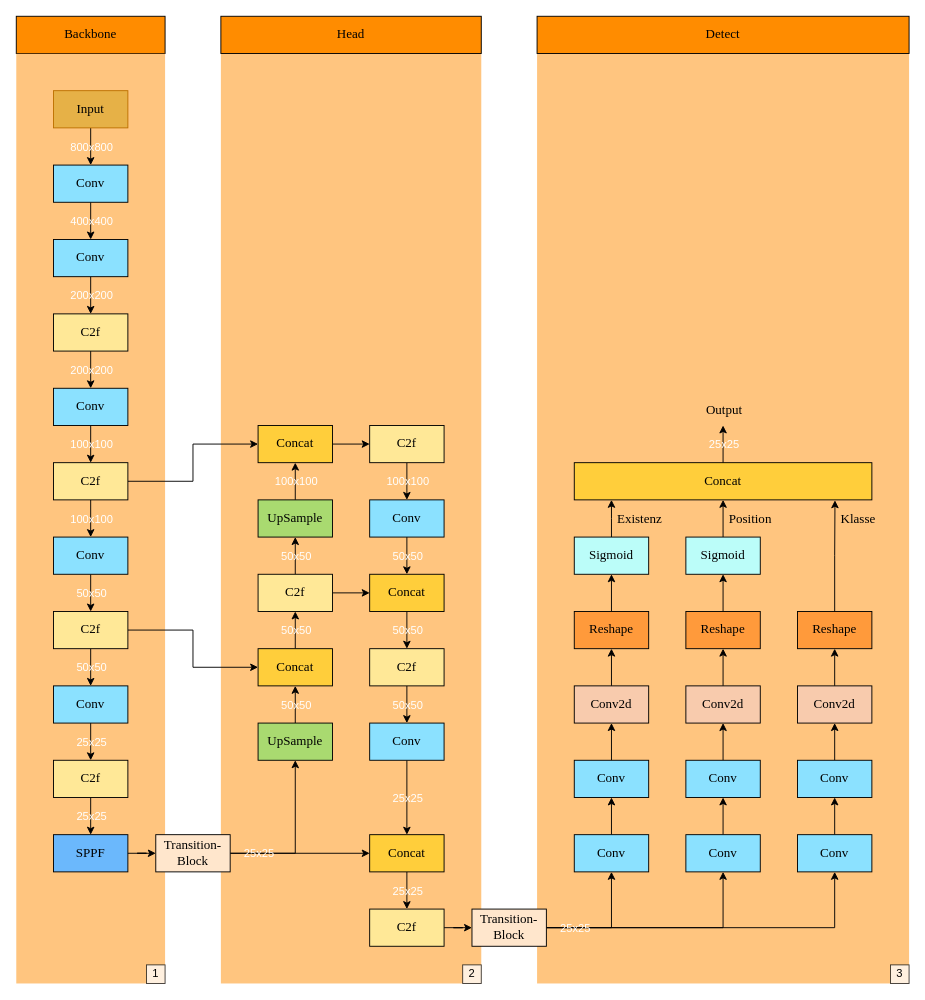
Earlier version of the draw.io diagram writing/work/imgs/ai/yolov8.drawio (JuuuF/masterarbeit). Source tidied: cells renumbered, new cells numbered last; positions are measured from the earlier drawing's top-left corner, leaving out a move shared by most shapes. Both pictures are drawn from the tidied source at 93%, with x=0, y=0 at pixel (16, 16).
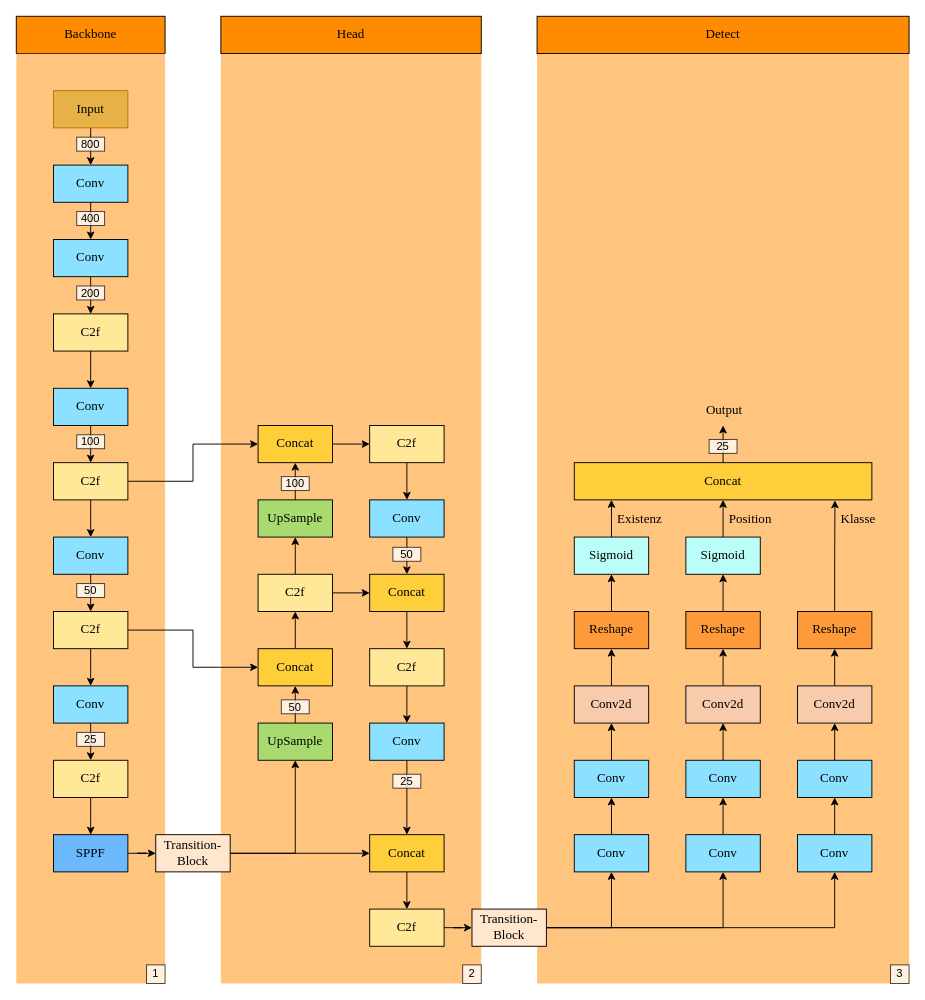
The same page after the edit.

The change refers to these unchanged cells:
```xml
<mxCell id="6" style="edgeStyle=orthogonalEdgeStyle;rounded=0;jettySize=auto;html=1;fontColor=#000000;fontFamily=Garamond;fontSize=14;" parent="1" edge="1" source="8" target="13">
  <mxGeometry relative="1" as="geometry" />
</mxCell>
<mxCell id="11" style="edgeStyle=orthogonalEdgeStyle;rounded=0;jettySize=auto;html=1;fontColor=#000000;fontFamily=Garamond;fontSize=14;" parent="1" edge="1" source="13" target="16">
  <mxGeometry relative="1" as="geometry" />
</mxCell>
<mxCell id="14" style="edgeStyle=orthogonalEdgeStyle;rounded=0;jettySize=auto;html=1;fontColor=#000000;fontFamily=Garamond;fontSize=14;" parent="1" edge="1" source="16" target="19">
  <mxGeometry relative="1" as="geometry" />
</mxCell>
<mxCell id="17" style="edgeStyle=orthogonalEdgeStyle;rounded=0;jettySize=auto;html=1;fontColor=#000000;fontFamily=Garamond;fontSize=14;" parent="1" edge="1" source="19" target="22">
  <mxGeometry relative="1" as="geometry" />
</mxCell>
<mxCell id="20" style="edgeStyle=orthogonalEdgeStyle;rounded=0;jettySize=auto;html=1;fontColor=#000000;fontFamily=Garamond;fontSize=14;" parent="1" edge="1" source="22" target="26">
  <mxGeometry relative="1" as="geometry" />
</mxCell>
<mxCell id="23" style="edgeStyle=orthogonalEdgeStyle;rounded=0;jettySize=auto;html=1;exitX=0.5;exitY=1;exitDx=0;exitDy=0;fontColor=#000000;fontFamily=Garamond;fontSize=14;" parent="1" edge="1" source="26" target="29">
  <mxGeometry relative="1" as="geometry" />
</mxCell>
<mxCell id="27" style="edgeStyle=orthogonalEdgeStyle;rounded=0;jettySize=auto;html=1;fontColor=#000000;fontFamily=Garamond;fontSize=14;" parent="1" edge="1" source="29" target="33">
  <mxGeometry relative="1" as="geometry" />
</mxCell>
<mxCell id="30" style="edgeStyle=orthogonalEdgeStyle;rounded=0;jettySize=auto;html=1;exitX=0.5;exitY=1;exitDx=0;exitDy=0;fontColor=#000000;fontFamily=Garamond;fontSize=14;" parent="1" edge="1" source="33" target="36">
  <mxGeometry relative="1" as="geometry" />
</mxCell>
<mxCell id="34" style="edgeStyle=orthogonalEdgeStyle;rounded=0;jettySize=auto;html=1;fontColor=#000000;fontFamily=Garamond;fontSize=14;" parent="1" edge="1" source="36" target="39">
  <mxGeometry relative="1" as="geometry" />
</mxCell>
<mxCell id="37" style="edgeStyle=orthogonalEdgeStyle;rounded=0;jettySize=auto;html=1;fontColor=#000000;fontFamily=Garamond;fontSize=14;" parent="1" edge="1" source="39" target="40">
  <mxGeometry relative="1" as="geometry" />
</mxCell>
<mxCell id="41" style="edgeStyle=orthogonalEdgeStyle;rounded=0;jettySize=auto;html=1;fontColor=#000000;fontFamily=Garamond;fontSize=14;" parent="1" edge="1" source="43" target="45">
  <mxGeometry relative="1" as="geometry" />
</mxCell>
<mxCell id="46" style="edgeStyle=orthogonalEdgeStyle;rounded=0;jettySize=auto;html=1;fontColor=#000000;fontFamily=Garamond;fontSize=14;" parent="1" edge="1" source="48" target="67">
  <mxGeometry relative="1" as="geometry" />
</mxCell>
<mxCell id="49" style="edgeStyle=orthogonalEdgeStyle;rounded=0;jettySize=auto;html=1;fontColor=#000000;fontFamily=Garamond;fontSize=14;" parent="1" edge="1" source="51" target="54">
  <mxGeometry relative="1" as="geometry" />
</mxCell>
<mxCell id="52" style="edgeStyle=orthogonalEdgeStyle;rounded=0;jettySize=auto;html=1;fontColor=#000000;fontFamily=Garamond;fontSize=14;" parent="1" edge="1" source="54" target="58">
  <mxGeometry relative="1" as="geometry" />
</mxCell>
<mxCell id="55" style="edgeStyle=orthogonalEdgeStyle;rounded=0;jettySize=auto;html=1;fontColor=#000000;fontFamily=Garamond;fontSize=14;" parent="1" edge="1" source="58" target="43">
  <mxGeometry relative="1" as="geometry" />
</mxCell>
<mxCell id="59" style="edgeStyle=orthogonalEdgeStyle;rounded=0;jettySize=auto;html=1;fontColor=#000000;fontFamily=Garamond;fontSize=14;" parent="1" edge="1" source="61" target="64">
  <mxGeometry relative="1" as="geometry" />
</mxCell>
<mxCell id="62" style="edgeStyle=orthogonalEdgeStyle;rounded=0;jettySize=auto;html=1;fontColor=#000000;fontFamily=Garamond;fontSize=14;" parent="1" edge="1" source="64" target="75">
  <mxGeometry relative="1" as="geometry" />
</mxCell>
<mxCell id="65" style="edgeStyle=orthogonalEdgeStyle;rounded=0;jettySize=auto;html=1;fontColor=#000000;fontFamily=Garamond;fontSize=14;" parent="1" edge="1" source="67" target="61">
  <mxGeometry relative="1" as="geometry" />
</mxCell>
<mxCell id="68" style="edgeStyle=orthogonalEdgeStyle;rounded=0;jettySize=auto;html=1;fontColor=#000000;fontFamily=Garamond;fontSize=14;" parent="1" edge="1" source="70" target="72">
  <mxGeometry relative="1" as="geometry" />
</mxCell>
<mxCell id="73" style="edgeStyle=orthogonalEdgeStyle;rounded=0;jettySize=auto;html=1;fontColor=#000000;fontFamily=Garamond;fontSize=14;" parent="1" edge="1" source="75" target="70">
  <mxGeometry relative="1" as="geometry" />
</mxCell>
<mxCell id="88" style="edgeStyle=orthogonalEdgeStyle;rounded=0;jettySize=auto;html=1;fontFamily=Garamond;fontSize=14;" parent="1" edge="1" source="82">
  <mxGeometry relative="1" as="geometry">
    <mxPoint x="760" y="440" as="targetPoint" />
  </mxGeometry>
</mxCell>
<mxCell id="116" style="edgeStyle=orthogonalEdgeStyle;rounded=0;jettySize=auto;html=1;" parent="1" edge="1" source="118" target="103">
  <mxGeometry relative="1" as="geometry" />
</mxCell>
<mxCell id="121" style="edgeStyle=orthogonalEdgeStyle;rounded=0;jettySize=auto;html=1;" parent="1" edge="1" source="123" target="51">
  <mxGeometry relative="1" as="geometry" />
</mxCell>
```

What changed in the source:
```diff
@@
-    <mxCell id="7" value="800x800" style="edgeLabel;html=1;align=center;verticalAlign=middle;fontColor=#FFFFFF;labelBackgroundColor=none;fontStyle=0;fontSize=12;" parent="6" vertex="1">
-      <mxGeometry x="-0.12" relative="1" as="geometry">
-        <mxPoint y="2" as="offset" />
-      </mxGeometry>
-    </mxCell>
@@
-    <mxCell id="12" value="400x400" style="edgeLabel;html=1;align=center;verticalAlign=middle;fontSize=12;fontColor=#FFFFFF;labelBackgroundColor=none;" parent="11" vertex="1">
-      <mxGeometry x="-0.06" y="-2" relative="1" as="geometry">
-        <mxPoint x="2" y="1" as="offset" />
-      </mxGeometry>
-    </mxCell>
@@
-    <mxCell id="15" value="200x200" style="edgeLabel;html=1;align=center;verticalAlign=middle;fontSize=12;fontColor=#FFFFFF;labelBackgroundColor=none;" parent="14" vertex="1">
-      <mxGeometry x="0.16" y="2" relative="1" as="geometry">
-        <mxPoint x="-2" y="-3" as="offset" />
-      </mxGeometry>
-    </mxCell>
@@
-    <mxCell id="18" value="200x200" style="edgeLabel;html=1;align=center;verticalAlign=middle;fontSize=12;fontColor=#FFFFFF;labelBackgroundColor=none;" parent="17" vertex="1">
-      <mxGeometry x="0.08" y="2" relative="1" as="geometry">
-        <mxPoint x="-2" y="-2" as="offset" />
-      </mxGeometry>
-    </mxCell>
@@
-    <mxCell id="21" value="100x100" style="edgeLabel;html=1;align=center;verticalAlign=middle;fontSize=12;fontColor=#FFFFFF;labelBackgroundColor=none;" parent="20" vertex="1">
-      <mxGeometry x="0.05" relative="1" as="geometry">
-        <mxPoint y="-1" as="offset" />
-      </mxGeometry>
-    </mxCell>
@@
-    <mxCell id="24" value="100x100" style="edgeLabel;html=1;align=center;verticalAlign=middle;fontSize=12;fontColor=#FFFFFF;labelBackgroundColor=none;" parent="23" vertex="1">
-      <mxGeometry x="-0.21" y="-2" relative="1" as="geometry">
-        <mxPoint x="2" y="4" as="offset" />
-      </mxGeometry>
-    </mxCell>
@@
-    <mxCell id="28" value="50x50" style="edgeLabel;html=1;align=center;verticalAlign=middle;fontSize=12;fontColor=#FFFFFF;labelBackgroundColor=none;" parent="27" vertex="1">
-      <mxGeometry x="-0.24" relative="1" as="geometry">
-        <mxPoint y="5" as="offset" />
-      </mxGeometry>
-    </mxCell>
@@
-    <mxCell id="31" value="50x50" style="edgeLabel;html=1;align=center;verticalAlign=middle;fontSize=12;fontColor=#FFFFFF;labelBackgroundColor=none;" parent="30" vertex="1">
-      <mxGeometry x="-0.06" y="-1" relative="1" as="geometry">
-        <mxPoint x="1" y="1" as="offset" />
-      </mxGeometry>
-    </mxCell>
@@
-    <mxCell id="35" value="25x25" style="edgeLabel;html=1;align=center;verticalAlign=middle;fontSize=12;fontColor=#FFFFFF;labelBackgroundColor=none;" parent="34" vertex="1">
-      <mxGeometry x="-0.12" y="-1" relative="1" as="geometry">
-        <mxPoint x="1" y="2" as="offset" />
-      </mxGeometry>
-    </mxCell>
@@
-    <mxCell id="38" value="25x25" style="edgeLabel;html=1;align=center;verticalAlign=middle;fontSize=12;fontColor=#FFFFFF;labelBackgroundColor=none;" parent="37" vertex="1">
-      <mxGeometry x="-0.04" relative="1" as="geometry">
-        <mxPoint y="1" as="offset" />
-      </mxGeometry>
-    </mxCell>
@@
-    <mxCell id="42" value="100x100" style="edgeLabel;html=1;align=center;verticalAlign=middle;fontSize=12;fontColor=#FFFFFF;labelBackgroundColor=none;" parent="41" vertex="1">
-      <mxGeometry x="0.06" relative="1" as="geometry">
-        <mxPoint y="1" as="offset" />
-      </mxGeometry>
-    </mxCell>
@@
-    <mxCell id="47" value="100x100" style="edgeLabel;html=1;align=center;verticalAlign=middle;fontSize=12;fontColor=#FFFFFF;labelBackgroundColor=none;" parent="46" vertex="1">
-      <mxGeometry x="-0.01" relative="1" as="geometry" />
-    </mxCell>
@@
-    <mxCell id="50" value="50x50" style="edgeLabel;html=1;align=center;verticalAlign=middle;fontSize=12;fontColor=#FFFFFF;labelBackgroundColor=none;" parent="49" vertex="1">
-      <mxGeometry x="-0.36" relative="1" as="geometry">
-        <mxPoint y="-7" as="offset" />
-      </mxGeometry>
-    </mxCell>
@@
-    <mxCell id="53" value="50x50" style="edgeLabel;html=1;align=center;verticalAlign=middle;fontSize=12;fontColor=#FFFFFF;labelBackgroundColor=none;" parent="52" vertex="1">
-      <mxGeometry x="-0.22" relative="1" as="geometry">
-        <mxPoint y="-4" as="offset" />
-      </mxGeometry>
-    </mxCell>
@@
-    <mxCell id="56" value="50x50" style="edgeLabel;html=1;align=center;verticalAlign=middle;fontSize=12;fontColor=#FFFFFF;labelBackgroundColor=none;" parent="55" vertex="1">
-      <mxGeometry x="0.01" y="-2" relative="1" as="geometry">
-        <mxPoint x="-2" as="offset" />
-      </mxGeometry>
-    </mxCell>
@@
-    <mxCell id="60" value="50x50" style="edgeLabel;html=1;align=center;verticalAlign=middle;fontSize=12;fontColor=#FFFFFF;labelBackgroundColor=none;" parent="59" vertex="1">
-      <mxGeometry x="0.08" relative="1" as="geometry">
-        <mxPoint y="-2" as="offset" />
-      </mxGeometry>
-    </mxCell>
@@
-    <mxCell id="63" value="50x50" style="edgeLabel;html=1;align=center;verticalAlign=middle;fontSize=12;fontColor=#FFFFFF;labelBackgroundColor=none;" parent="62" vertex="1">
-      <mxGeometry x="0.16" y="1" relative="1" as="geometry">
-        <mxPoint x="-1" y="-3" as="offset" />
-      </mxGeometry>
-    </mxCell>
@@
-    <mxCell id="66" value="50x50" style="edgeLabel;html=1;align=center;verticalAlign=middle;fontSize=12;fontColor=#FFFFFF;labelBackgroundColor=none;" parent="65" vertex="1">
-      <mxGeometry x="0.05" y="1" relative="1" as="geometry">
-        <mxPoint x="-1" y="-1" as="offset" />
-      </mxGeometry>
-    </mxCell>
@@
-    <mxCell id="69" value="25x25" style="edgeLabel;html=1;align=center;verticalAlign=middle;fontSize=12;fontColor=#FFFFFF;labelBackgroundColor=none;" parent="68" vertex="1">
-      <mxGeometry x="0.11" y="-1" relative="1" as="geometry">
-        <mxPoint x="1" y="-2" as="offset" />
-      </mxGeometry>
-    </mxCell>
@@
-    <mxCell id="74" value="25x25" style="edgeLabel;html=1;align=center;verticalAlign=middle;fontSize=12;fontColor=#FFFFFF;labelBackgroundColor=none;" parent="73" vertex="1">
-      <mxGeometry x="-0.19" y="2" relative="1" as="geometry">
-        <mxPoint x="-2" y="8" as="offset" />
-      </mxGeometry>
-    </mxCell>
@@
-    <mxCell id="90" value="25x25" style="edgeLabel;html=1;align=center;verticalAlign=middle;fontSize=12;fontColor=#FFFFFF;labelBackgroundColor=none;" parent="88" vertex="1">
-      <mxGeometry x="-0.06" relative="1" as="geometry">
-        <mxPoint y="-1" as="offset" />
-      </mxGeometry>
-    </mxCell>
@@
-    <mxCell id="117" value="25x25" style="edgeLabel;html=1;align=center;verticalAlign=middle;fontSize=12;fontColor=#FFFFFF;labelBackgroundColor=none;" parent="116" vertex="1">
-      <mxGeometry x="-0.84" relative="1" as="geometry" />
-    </mxCell>
@@
-    <mxCell id="122" value="25x25" style="edgeLabel;html=1;align=center;verticalAlign=middle;fontSize=12;fontColor=#FFFFFF;labelBackgroundColor=none;" parent="121" vertex="1">
-      <mxGeometry x="-0.7" y="1" relative="1" as="geometry">
-        <mxPoint x="4" y="1" as="offset" />
-      </mxGeometry>
-    </mxCell>
@@
+    <mxCell id="124" value="25" style="whiteSpace=wrap;html=1;opacity=75;rounded=0;" parent="1" vertex="1">
+      <mxGeometry x="65" y="770" width="30" height="15" as="geometry" />
+    </mxCell>
+    <mxCell id="125" value="50" style="whiteSpace=wrap;html=1;opacity=75;rounded=0;" parent="1" vertex="1">
+      <mxGeometry x="285" y="735" width="30" height="15" as="geometry" />
+    </mxCell>
+    <mxCell id="126" value="25" style="whiteSpace=wrap;html=1;opacity=75;rounded=0;" parent="1" vertex="1">
+      <mxGeometry x="405" y="815" width="30" height="15" as="geometry" />
+    </mxCell>
+    <mxCell id="127" value="50" style="whiteSpace=wrap;html=1;opacity=75;rounded=0;" parent="1" vertex="1">
+      <mxGeometry x="65" y="610" width="30" height="15" as="geometry" />
+    </mxCell>
+    <mxCell id="128" value="100" style="whiteSpace=wrap;html=1;opacity=75;rounded=0;" parent="1" vertex="1">
+      <mxGeometry x="65" y="450" width="30" height="15" as="geometry" />
+    </mxCell>
+    <mxCell id="129" value="800" style="whiteSpace=wrap;html=1;opacity=75;rounded=0;" parent="1" vertex="1">
+      <mxGeometry x="65" y="130" width="30" height="15" as="geometry" />
+    </mxCell>
+    <mxCell id="130" value="200" style="whiteSpace=wrap;html=1;opacity=75;rounded=0;" parent="1" vertex="1">
+      <mxGeometry x="65" y="290" width="30" height="15" as="geometry" />
+    </mxCell>
+    <mxCell id="131" value="400" style="whiteSpace=wrap;html=1;opacity=75;rounded=0;" parent="1" vertex="1">
+      <mxGeometry x="65" y="210" width="30" height="15" as="geometry" />
+    </mxCell>
+    <mxCell id="132" value="50" style="whiteSpace=wrap;html=1;opacity=75;rounded=0;" parent="1" vertex="1">
+      <mxGeometry x="405" y="571" width="30" height="15" as="geometry" />
+    </mxCell>
+    <mxCell id="133" value="100" style="whiteSpace=wrap;html=1;opacity=75;rounded=0;" parent="1" vertex="1">
+      <mxGeometry x="285" y="495" width="30" height="15" as="geometry" />
+    </mxCell>
+    <mxCell id="134" value="25" style="whiteSpace=wrap;html=1;opacity=75;rounded=0;" parent="1" vertex="1">
+      <mxGeometry x="745" y="455" width="30" height="15" as="geometry" />
+    </mxCell>
```
